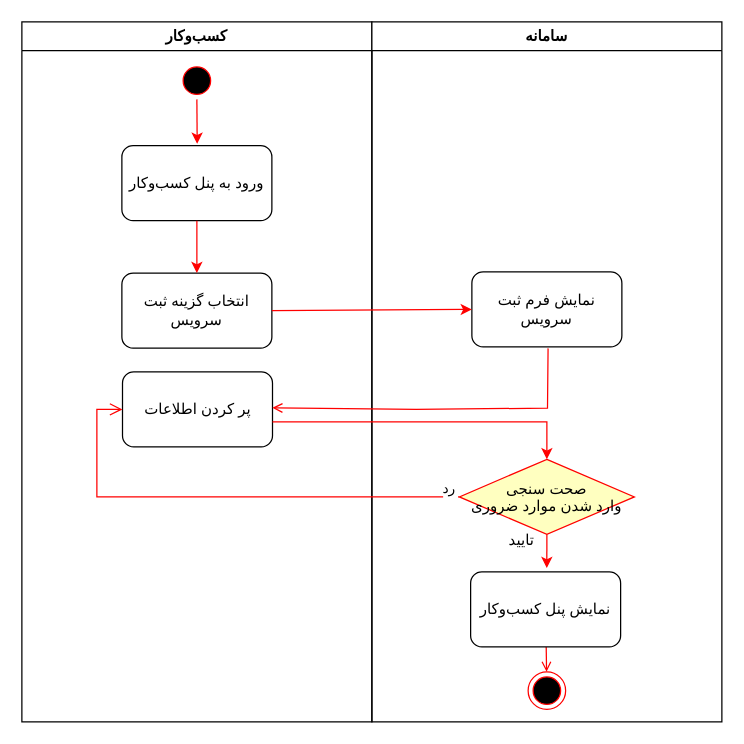
This is page "ثبت سرویس" (3 of 3) of LeilaAlaviAD.drawio from 4Tech-IUT/Activity-Diagrams, a draw.io file, before an edit. Source tidied: cells renumbered, new cells numbered last; positions are measured from the earlier drawing's top-left corner, leaving out a move shared by most shapes. Both pictures are drawn from the tidied source at 125%, with x=0, y=0 at pixel (21, 21).
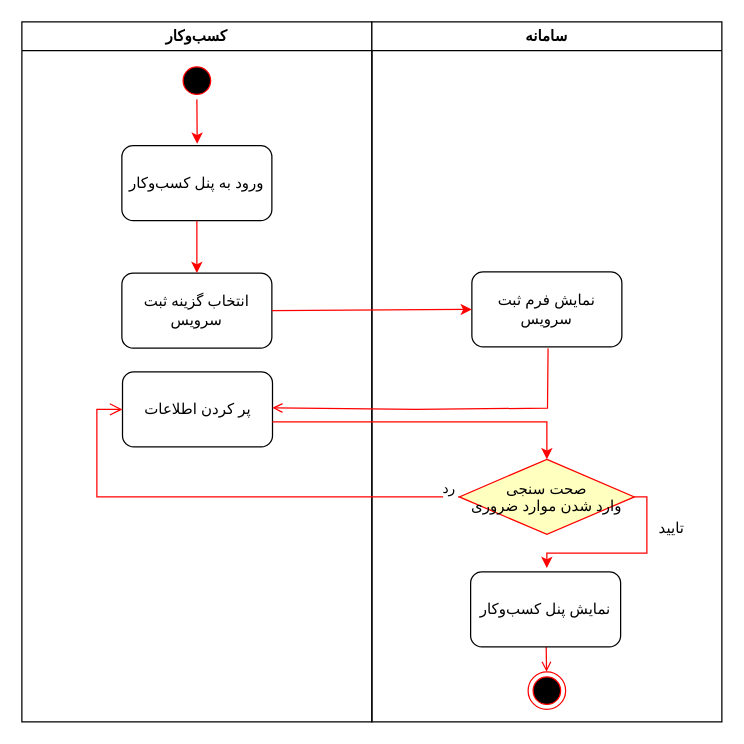
The same diagram, later.

Unchanged cells that the change refers to:
```xml
<mxCell id="9" value="سامانه" style="swimlane;whiteSpace=wrap;" parent="1" vertex="1">
  <mxGeometry x="280" width="280" height="560" as="geometry" />
</mxCell>
<mxCell id="13" value="صحت سنجی&#10;وارد شدن موارد ضروری" style="rhombus;fillColor=#ffffc0;strokeColor=#ff0000;" parent="9" vertex="1">
  <mxGeometry x="70" y="350" width="140" height="60" as="geometry" />
</mxCell>
<mxCell id="14" value="نمایش پنل کسب‌وکار" style="rounded=1;whiteSpace=wrap;html=1;" parent="9" vertex="1">
  <mxGeometry x="79" y="440" width="120" height="60" as="geometry" />
</mxCell>
```

Change to the diagram source:
```diff
@@
-    <mxCell id="15" style="endArrow=classic;html=1;rounded=0;exitX=0.5;exitY=1;exitDx=0;exitDy=0;entryX=0.508;entryY=-0.05;entryDx=0;entryDy=0;entryPerimeter=0;strokeColor=#FF0000;" parent="9" edge="1" source="13" target="14">
+    <mxCell id="15" style="endArrow=classic;html=1;rounded=0;exitX=1;exitY=0.5;exitDx=0;exitDy=0;entryX=0.508;entryY=-0.05;entryDx=0;entryDy=0;entryPerimeter=0;strokeColor=#FF0000;edgeStyle=orthogonalEdgeStyle;" parent="9" edge="1" source="13" target="14">
       <mxGeometry relative="1" as="geometry" />
     </mxCell>
     <mxCell id="16" value="تایید" style="text;html=1;strokeColor=none;fillColor=none;align=center;verticalAlign=middle;whiteSpace=wrap;rounded=0;" parent="9" vertex="1">
-      <mxGeometry x="90" y="400" width="60" height="30" as="geometry" />
+      <mxGeometry x="210" y="390" width="60" height="30" as="geometry" />
     </mxCell>
```
